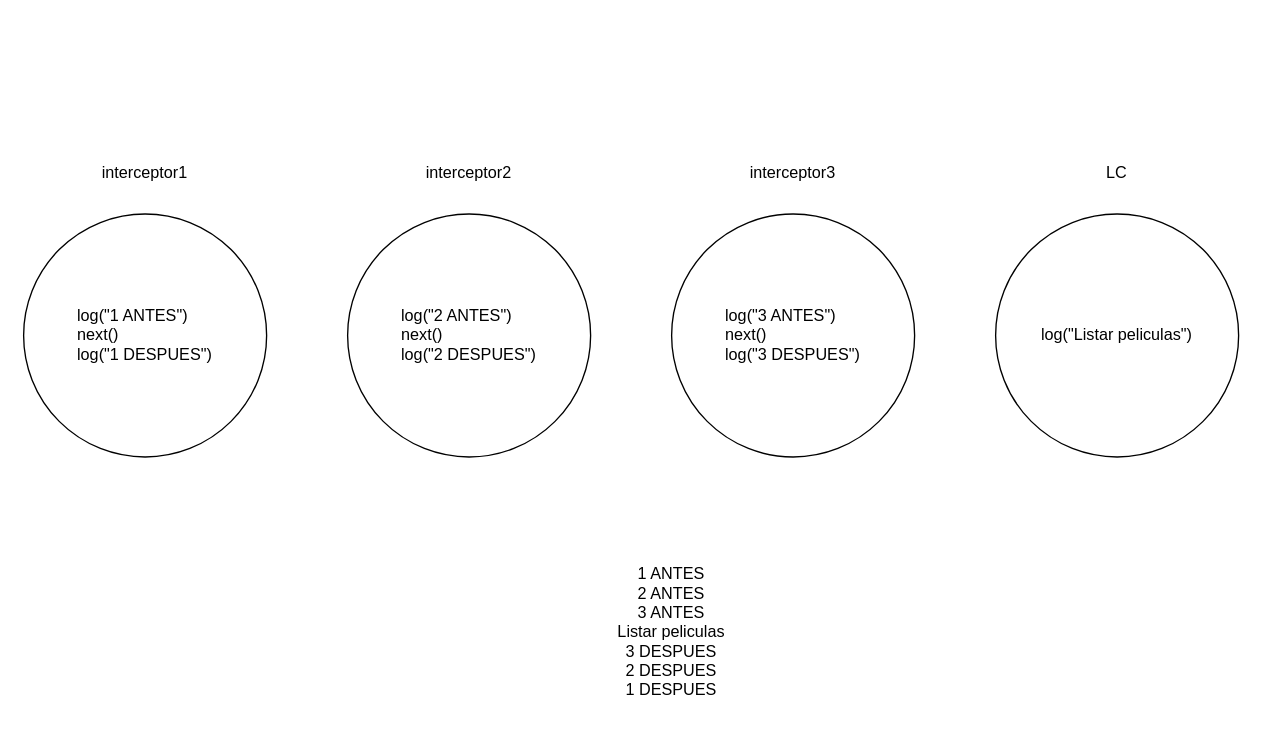
Before: page "Página-50" (50 of 51) of Dibujillos.drawio in lrag/MEAN_2021, a draw.io diagram. Source tidied: cells renumbered, new cells numbered last; positions are measured from the earlier drawing's top-left corner, leaving out a move shared by most shapes. Both pictures are drawn from the tidied source at 135%, with x=0, y=0 at pixel (23, 159).
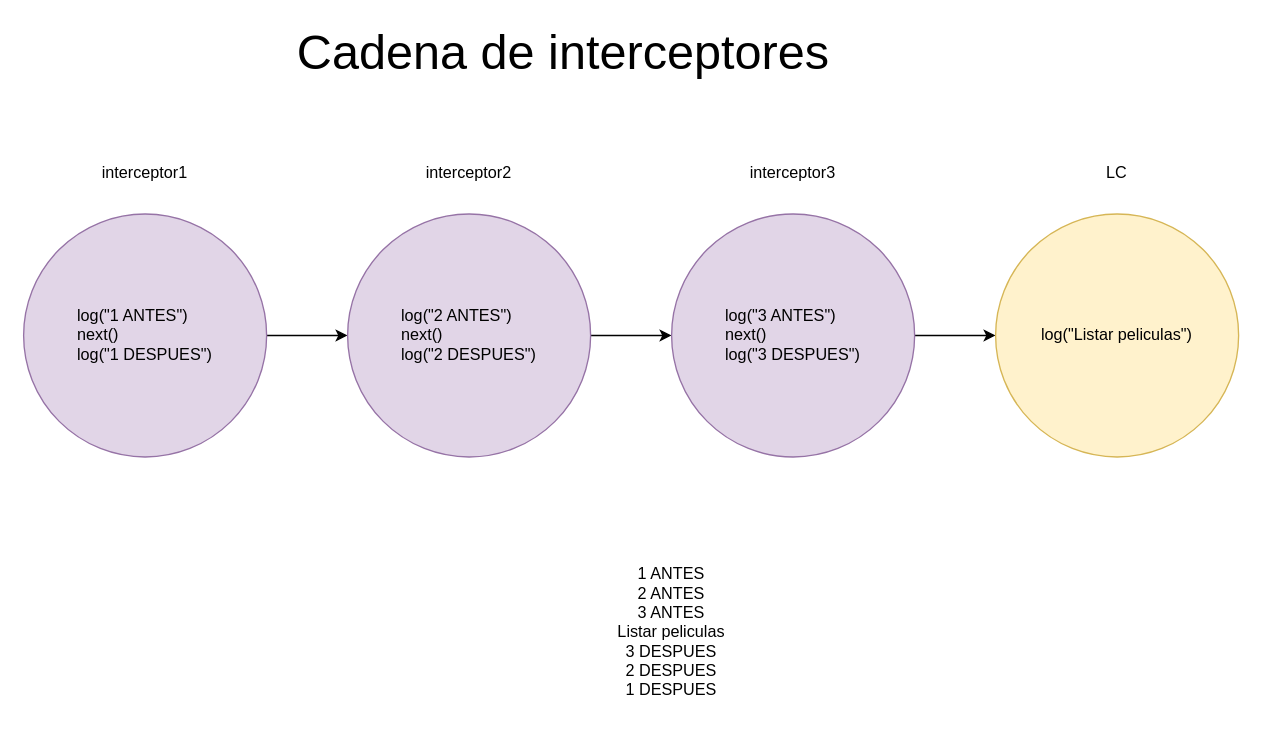
The same diagram, later.

What changed in the source:
```diff
@@
 <mxGraphModel>
   <root>
     <mxCell id="0" />
     <mxCell id="1" parent="0" />
+    <mxCell id="15" style="edgeStyle=orthogonalEdgeStyle;rounded=0;jettySize=auto;html=1;exitX=1;exitY=0.5;exitDx=0;exitDy=0;" parent="1" edge="1" source="2" target="5">
+      <mxGeometry relative="1" as="geometry" />
+    </mxCell>
-    <mxCell id="2" style="ellipse;whiteSpace=wrap;html=1;" parent="1" vertex="1">
+    <mxCell id="2" style="ellipse;whiteSpace=wrap;html=1;fillColor=#e1d5e7;strokeColor=#9673a6;" parent="1" vertex="1">
       <mxGeometry y="40" width="180" height="180" as="geometry" />
     </mxCell>
     <mxCell id="3" value="&lt;div style=&quot;text-align: left&quot;&gt;&lt;span&gt;log(&quot;1 ANTES&quot;)&lt;/span&gt;&lt;/div&gt;&lt;div style=&quot;text-align: left&quot;&gt;&lt;span&gt;next()&lt;/span&gt;&lt;/div&gt;&lt;div style=&quot;text-align: left&quot;&gt;&lt;span&gt;log(&quot;1 DESPUES&quot;)&lt;/span&gt;&lt;/div&gt;" style="text;html=1;strokeColor=none;fillColor=none;align=center;verticalAlign=middle;whiteSpace=wrap;rounded=0;" parent="1" vertex="1">
       <mxGeometry x="30" y="80" width="120" height="100" as="geometry" />
     </mxCell>
     <mxCell id="4" value="interceptor1" style="text;html=1;strokeColor=none;fillColor=none;align=center;verticalAlign=middle;whiteSpace=wrap;rounded=0;" parent="1" vertex="1">
       <mxGeometry x="70" width="40" height="20" as="geometry" />
     </mxCell>
+    <mxCell id="16" style="edgeStyle=orthogonalEdgeStyle;rounded=0;jettySize=auto;html=1;" parent="1" edge="1" source="5" target="8">
+      <mxGeometry relative="1" as="geometry" />
+    </mxCell>
-    <mxCell id="5" style="ellipse;whiteSpace=wrap;html=1;" parent="1" vertex="1">
+    <mxCell id="5" style="ellipse;whiteSpace=wrap;html=1;fillColor=#e1d5e7;strokeColor=#9673a6;" parent="1" vertex="1">
       <mxGeometry x="240" y="40" width="180" height="180" as="geometry" />
     </mxCell>
     <mxCell id="6" value="&lt;div style=&quot;text-align: left&quot;&gt;&lt;span&gt;log(&quot;2 ANTES&quot;)&lt;/span&gt;&lt;/div&gt;&lt;div style=&quot;text-align: left&quot;&gt;&lt;span&gt;next()&lt;/span&gt;&lt;/div&gt;&lt;div style=&quot;text-align: left&quot;&gt;&lt;span&gt;log(&quot;2 DESPUES&quot;)&lt;/span&gt;&lt;/div&gt;" style="text;html=1;strokeColor=none;fillColor=none;align=center;verticalAlign=middle;whiteSpace=wrap;rounded=0;" parent="1" vertex="1">
       <mxGeometry x="270" y="80" width="120" height="100" as="geometry" />
     </mxCell>
     <mxCell id="7" value="interceptor2" style="text;html=1;strokeColor=none;fillColor=none;align=center;verticalAlign=middle;whiteSpace=wrap;rounded=0;" parent="1" vertex="1">
       <mxGeometry x="310" width="40" height="20" as="geometry" />
     </mxCell>
+    <mxCell id="17" style="edgeStyle=orthogonalEdgeStyle;rounded=0;jettySize=auto;html=1;exitX=1;exitY=0.5;exitDx=0;exitDy=0;" parent="1" edge="1" source="8" target="11">
+      <mxGeometry relative="1" as="geometry" />
+    </mxCell>
-    <mxCell id="8" style="ellipse;whiteSpace=wrap;html=1;" parent="1" vertex="1">
+    <mxCell id="8" style="ellipse;whiteSpace=wrap;html=1;fillColor=#e1d5e7;strokeColor=#9673a6;" parent="1" vertex="1">
       <mxGeometry x="480" y="40" width="180" height="180" as="geometry" />
     </mxCell>
     <mxCell id="9" value="&lt;div style=&quot;text-align: left&quot;&gt;&lt;span&gt;log(&quot;3 ANTES&quot;)&lt;/span&gt;&lt;/div&gt;&lt;div style=&quot;text-align: left&quot;&gt;&lt;span&gt;next()&lt;/span&gt;&lt;/div&gt;&lt;div style=&quot;text-align: left&quot;&gt;&lt;span&gt;log(&quot;3 DESPUES&quot;)&lt;/span&gt;&lt;/div&gt;" style="text;html=1;strokeColor=none;fillColor=none;align=center;verticalAlign=middle;whiteSpace=wrap;rounded=0;" parent="1" vertex="1">
       <mxGeometry x="510" y="80" width="120" height="100" as="geometry" />
     </mxCell>
     <mxCell id="10" value="interceptor3" style="text;html=1;strokeColor=none;fillColor=none;align=center;verticalAlign=middle;whiteSpace=wrap;rounded=0;" parent="1" vertex="1">
       <mxGeometry x="550" width="40" height="20" as="geometry" />
     </mxCell>
-    <mxCell id="11" style="ellipse;whiteSpace=wrap;html=1;" parent="1" vertex="1">
+    <mxCell id="11" style="ellipse;whiteSpace=wrap;html=1;fillColor=#fff2cc;strokeColor=#d6b656;" parent="1" vertex="1">
       <mxGeometry x="720" y="40" width="180" height="180" as="geometry" />
     </mxCell>
     <mxCell id="12" value="&lt;div style=&quot;text-align: left&quot;&gt;log(&quot;Listar peliculas&quot;)&lt;/div&gt;" style="text;html=1;strokeColor=none;fillColor=none;align=center;verticalAlign=middle;whiteSpace=wrap;rounded=0;" parent="1" vertex="1">
       <mxGeometry x="750" y="80" width="120" height="100" as="geometry" />
     </mxCell>
     <mxCell id="13" value="LC" style="text;html=1;strokeColor=none;fillColor=none;align=center;verticalAlign=middle;whiteSpace=wrap;rounded=0;" parent="1" vertex="1">
       <mxGeometry x="790" width="40" height="20" as="geometry" />
     </mxCell>
     <mxCell id="14" value="1 ANTES&lt;br&gt;2 ANTES&lt;br&gt;3 ANTES&lt;br&gt;Listar peliculas&lt;br&gt;3 DESPUES&lt;br&gt;2 DESPUES&lt;br&gt;1 DESPUES" style="text;html=1;strokeColor=none;fillColor=none;align=center;verticalAlign=middle;whiteSpace=wrap;rounded=0;" parent="1" vertex="1">
       <mxGeometry x="350" y="290" width="260" height="120" as="geometry" />
     </mxCell>
+    <mxCell id="18" value="&lt;font style=&quot;font-size: 36px&quot;&gt;Cadena de interceptores&lt;/font&gt;" style="text;html=1;strokeColor=none;fillColor=none;align=center;verticalAlign=middle;whiteSpace=wrap;rounded=0;" parent="1" vertex="1">
+      <mxGeometry x="90" y="-90" width="620" height="20" as="geometry" />
+    </mxCell>
   </root>
 </mxGraphModel>
```
